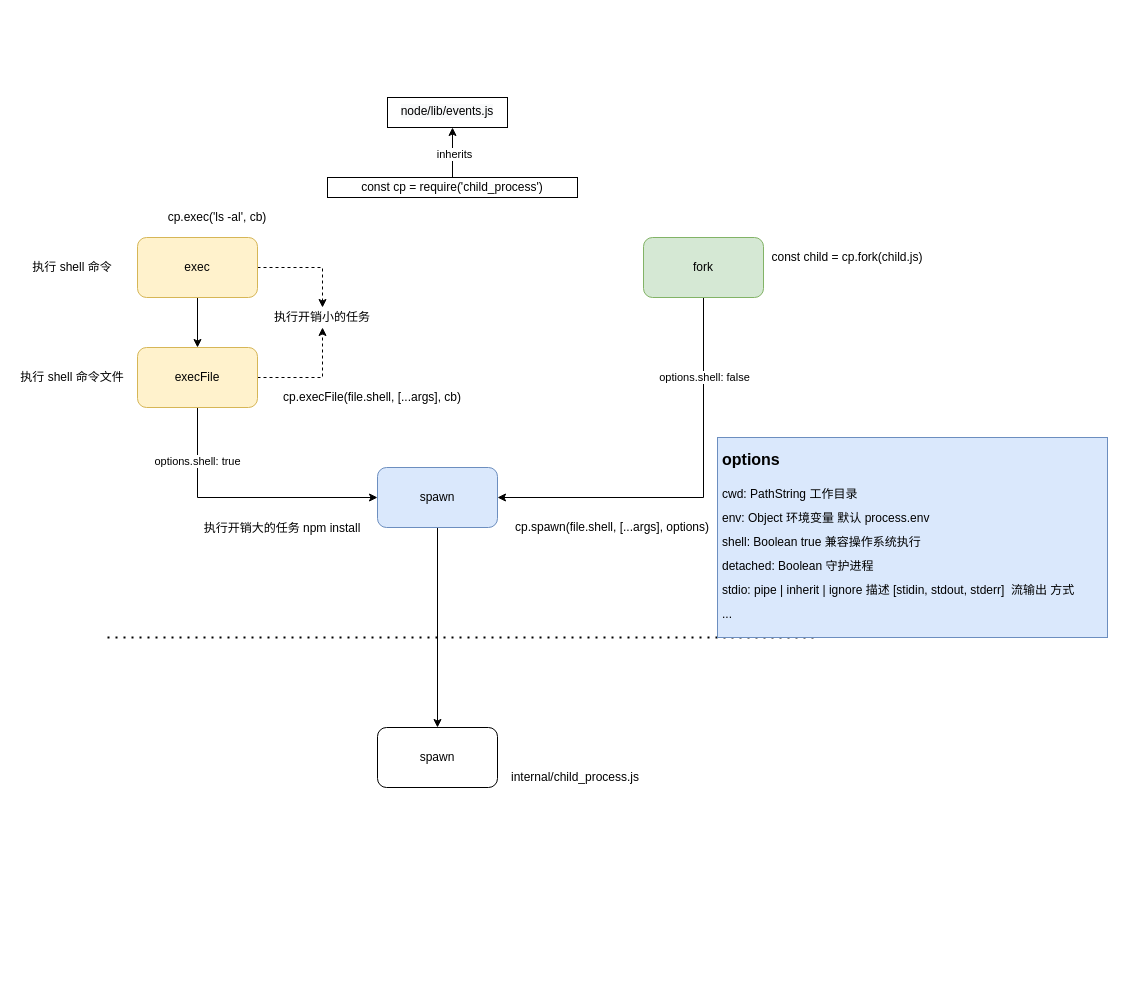
Earlier version of the draw.io diagram child_process.drawio (sfyr111/draw). Source tidied: cells renumbered, new cells numbered last; positions are measured from the earlier drawing's top-left corner, leaving out a move shared by most shapes. Both pictures are drawn from the tidied source at 100%, with x=0, y=0 at pixel (17, 97).
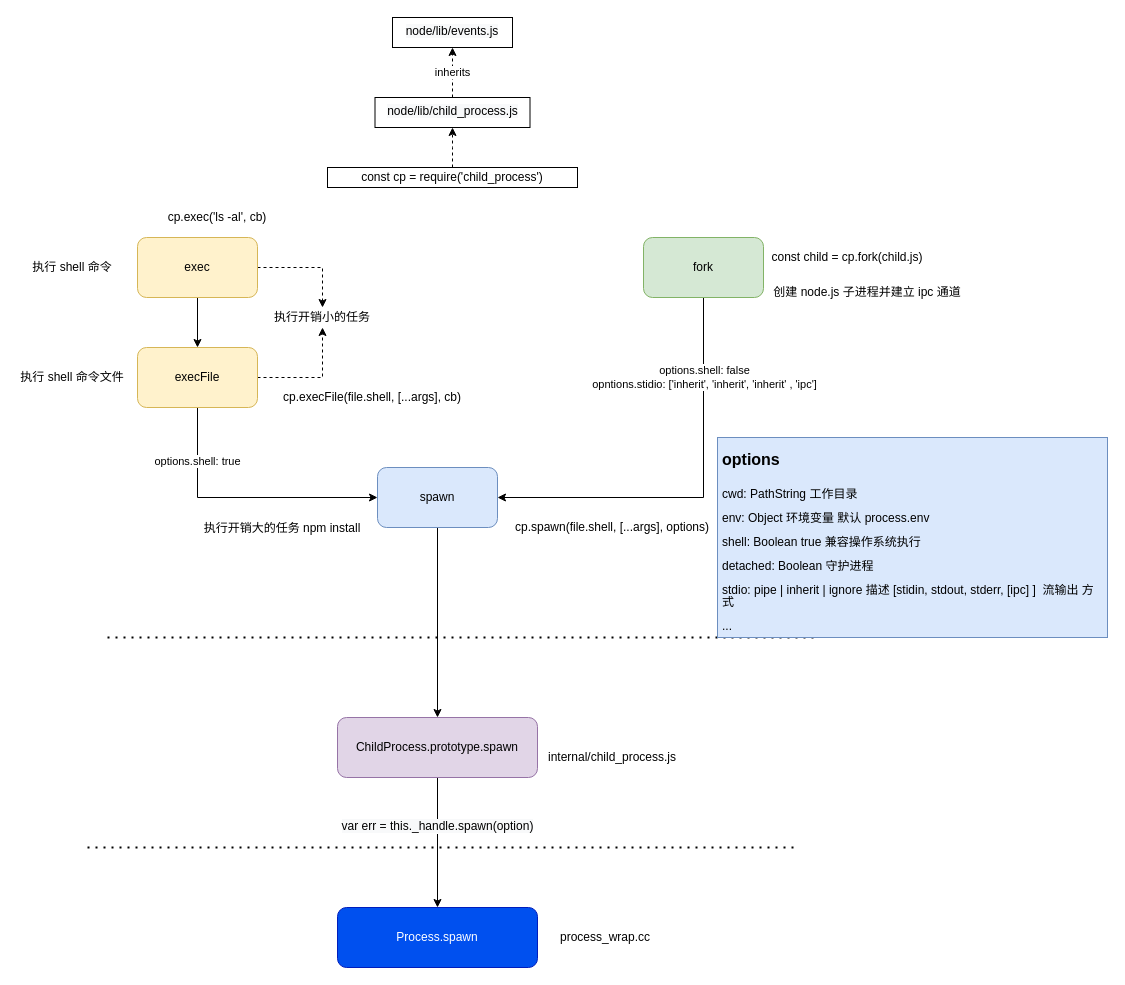
The same page after the edit.

The change refers to these unchanged cells:
```xml
<mxCell id="12" style="edgeStyle=orthogonalEdgeStyle;rounded=0;jettySize=auto;html=1;exitX=0.5;exitY=1;exitDx=0;exitDy=0;entryX=1;entryY=0.5;entryDx=0;entryDy=0;" parent="1" edge="1" source="14" target="11">
  <mxGeometry relative="1" as="geometry" />
</mxCell>
```

Diff of the diagram source:
```diff
@@
-    <mxCell id="13" value="options.shell: false" style="edgeLabel;html=1;align=center;verticalAlign=middle;" parent="12" vertex="1">
+    <mxCell id="13" value="options.shell: false&lt;br&gt;opntions.stidio:&amp;nbsp;['inherit', 'inherit', 'inherit' , 'ipc']" style="edgeLabel;html=1;align=center;verticalAlign=middle;" parent="12" vertex="1">
       <mxGeometry x="-0.44" y="-2" relative="1" as="geometry">
         <mxPoint x="2" y="-35" as="offset" />
       </mxGeometry>
     </mxCell>
@@
+    <mxCell id="30" style="edgeStyle=orthogonalEdgeStyle;rounded=0;jettySize=auto;html=1;" parent="1" edge="1" source="15" target="34">
+      <mxGeometry relative="1" as="geometry" />
+    </mxCell>
+    <mxCell id="31" value="&lt;span style=&quot;font-size: 12px ; background-color: rgb(248 , 249 , 250)&quot;&gt;var err = this._handle.spawn(option)&lt;/span&gt;" style="edgeLabel;html=1;align=center;verticalAlign=middle;" parent="30" vertex="1">
+      <mxGeometry x="-0.26" y="-1" relative="1" as="geometry" />
+    </mxCell>
-    <mxCell id="15" value="spawn" style="rounded=1;whiteSpace=wrap;html=1;" parent="1" vertex="1">
-      <mxGeometry x="360" y="630" width="120" height="60" as="geometry" />
+    <mxCell id="15" value="ChildProcess.prototype.spawn" style="rounded=1;whiteSpace=wrap;html=1;fillColor=#e1d5e7;strokeColor=#9673a6;" parent="1" vertex="1">
+      <mxGeometry x="320" y="620" width="200" height="60" as="geometry" />
     </mxCell>
     <mxCell id="16" value="internal/child_process.js" style="text;html=1;strokeColor=none;fillColor=none;align=center;verticalAlign=middle;whiteSpace=wrap;rounded=0;" parent="1" vertex="1">
-      <mxGeometry x="490" y="670" width="136" height="20" as="geometry" />
+      <mxGeometry x="527" y="650" width="136" height="20" as="geometry" />
     </mxCell>
@@
-    <mxCell id="24" style="edgeStyle=orthogonalEdgeStyle;rounded=0;jettySize=auto;html=1;entryX=0.5;entryY=1;entryDx=0;entryDy=0;" parent="1" edge="1" source="26">
+    <mxCell id="24" style="edgeStyle=orthogonalEdgeStyle;rounded=0;jettySize=auto;html=1;entryX=0.5;entryY=1;entryDx=0;entryDy=0;dashed=1;" parent="1" edge="1" source="26">
       <mxGeometry relative="1" as="geometry">
         <mxPoint x="435" y="30" as="targetPoint" />
       </mxGeometry>
     </mxCell>
-    <mxCell id="25" value="inherits" style="edgeLabel;html=1;align=center;verticalAlign=middle;" parent="24" vertex="1">
-      <mxGeometry x="-0.04" y="-1" relative="1" as="geometry" />
-    </mxCell>
     <mxCell id="26" value="const cp = require('child_process')" style="text;html=1;fillColor=none;align=center;verticalAlign=middle;whiteSpace=wrap;rounded=0;strokeColor=#000000;" parent="1" vertex="1">
-      <mxGeometry x="310" y="80" width="250" height="20" as="geometry" />
+      <mxGeometry x="310" y="70" width="250" height="20" as="geometry" />
     </mxCell>
-    <mxCell id="27" value="&lt;p style=&quot;line-height: 100%&quot;&gt;&lt;/p&gt;&lt;h1&gt;&lt;font style=&quot;font-size: 16px ; line-height: 100%&quot;&gt;options&lt;/font&gt;&lt;/h1&gt;&lt;p style=&quot;line-height: 100%&quot;&gt;cwd: PathString 工作目录&lt;/p&gt;&lt;p style=&quot;line-height: 100%&quot;&gt;env: Object 环境变量 默认 process.env&lt;/p&gt;&lt;p style=&quot;line-height: 100%&quot;&gt;shell: Boolean true 兼容操作系统执行&lt;/p&gt;&lt;p style=&quot;line-height: 100%&quot;&gt;&lt;span&gt;detached: Boolean 守护进程&lt;/span&gt;&lt;/p&gt;&lt;p style=&quot;line-height: 100%&quot;&gt;stdio: pipe | inherit | ignore 描述 [stidin, stdout, stderr]&amp;nbsp; 流输出 方式&lt;/p&gt;&lt;p style=&quot;line-height: 100%&quot;&gt;...&lt;/p&gt;&lt;p&gt;&lt;br&gt;&lt;/p&gt;&lt;p&gt;&lt;br&gt;&lt;/p&gt;&lt;p&gt;&lt;/p&gt;" style="text;html=1;strokeColor=#6c8ebf;fillColor=#dae8fc;spacing=5;spacingTop=-20;whiteSpace=wrap;overflow=hidden;rounded=0;" parent="1" vertex="1">
+    <mxCell id="27" value="&lt;p style=&quot;line-height: 100%&quot;&gt;&lt;/p&gt;&lt;h1&gt;&lt;font style=&quot;font-size: 16px ; line-height: 100%&quot;&gt;options&lt;/font&gt;&lt;/h1&gt;&lt;p style=&quot;line-height: 100%&quot;&gt;cwd: PathString 工作目录&lt;/p&gt;&lt;p style=&quot;line-height: 100%&quot;&gt;env: Object 环境变量 默认 process.env&lt;/p&gt;&lt;p style=&quot;line-height: 100%&quot;&gt;shell: Boolean true 兼容操作系统执行&lt;/p&gt;&lt;p style=&quot;line-height: 100%&quot;&gt;&lt;span&gt;detached: Boolean 守护进程&lt;/span&gt;&lt;/p&gt;&lt;p style=&quot;line-height: 100%&quot;&gt;stdio: pipe | inherit | ignore 描述 [stidin, stdout, stderr, [ipc] ]&amp;nbsp; 流输出 方式&lt;/p&gt;&lt;p style=&quot;line-height: 100%&quot;&gt;...&lt;/p&gt;&lt;p&gt;&lt;br&gt;&lt;/p&gt;&lt;p&gt;&lt;br&gt;&lt;/p&gt;&lt;p&gt;&lt;/p&gt;" style="text;html=1;strokeColor=#6c8ebf;fillColor=#dae8fc;spacing=5;spacingTop=-20;whiteSpace=wrap;overflow=hidden;rounded=0;" parent="1" vertex="1">
       <mxGeometry x="700" y="340" width="390" height="200" as="geometry" />
     </mxCell>
@@
     <mxCell id="29" value="&lt;span style=&quot;color: rgb(0 , 0 , 0) ; font-family: &amp;#34;helvetica&amp;#34; ; font-size: 12px ; font-style: normal ; font-weight: 400 ; letter-spacing: normal ; text-indent: 0px ; text-transform: none ; word-spacing: 0px ; background-color: rgb(248 , 249 , 250) ; display: inline ; float: none&quot;&gt;node/lib/events.js&lt;/span&gt;" style="text;whiteSpace=wrap;html=1;align=center;strokeColor=#000000;" parent="1" vertex="1">
-      <mxGeometry x="370" width="120" height="30" as="geometry" />
+      <mxGeometry x="375" y="-80" width="120" height="30" as="geometry" />
     </mxCell>
+    <mxCell id="32" value="创建 node.js 子进程并建立 ipc 通道" style="text;html=1;strokeColor=none;fillColor=none;align=center;verticalAlign=middle;whiteSpace=wrap;rounded=0;dashed=1;" parent="1" vertex="1">
+      <mxGeometry x="750" y="180" width="200" height="30" as="geometry" />
+    </mxCell>
+    <mxCell id="25" value="inherits" style="edgeStyle=orthogonalEdgeStyle;rounded=0;jettySize=auto;html=1;entryX=0.5;entryY=1;entryDx=0;entryDy=0;dashed=1;" parent="1" edge="1" source="33" target="29">
+      <mxGeometry relative="1" as="geometry" />
+    </mxCell>
+    <mxCell id="33" value="&lt;span style=&quot;color: rgb(0 , 0 , 0) ; font-family: &amp;#34;helvetica&amp;#34; ; font-size: 12px ; font-style: normal ; font-weight: 400 ; letter-spacing: normal ; text-indent: 0px ; text-transform: none ; word-spacing: 0px ; background-color: rgb(248 , 249 , 250) ; display: inline ; float: none&quot;&gt;node/lib/child_process.js&lt;/span&gt;" style="text;whiteSpace=wrap;html=1;align=center;strokeColor=#000000;" parent="1" vertex="1">
+      <mxGeometry x="357.5" width="155" height="30" as="geometry" />
+    </mxCell>
+    <mxCell id="34" value="Process.spawn" style="rounded=1;whiteSpace=wrap;html=1;fillColor=#0050ef;strokeColor=#001DBC;fontColor=#ffffff;" parent="1" vertex="1">
+      <mxGeometry x="320" y="810" width="200" height="60" as="geometry" />
+    </mxCell>
+    <mxCell id="35" style="endArrow=none;dashed=1;html=1;dashPattern=1 3;strokeWidth=2;" parent="1" edge="1">
+      <mxGeometry relative="1" as="geometry">
+        <mxPoint x="70" y="750" as="sourcePoint" />
+        <mxPoint x="780" y="750" as="targetPoint" />
+      </mxGeometry>
+    </mxCell>
+    <mxCell id="36" value="process_wrap.cc" style="text;html=1;strokeColor=none;fillColor=none;align=center;verticalAlign=middle;whiteSpace=wrap;rounded=0;" parent="1" vertex="1">
+      <mxGeometry x="520" y="830" width="136" height="20" as="geometry" />
+    </mxCell>
```
